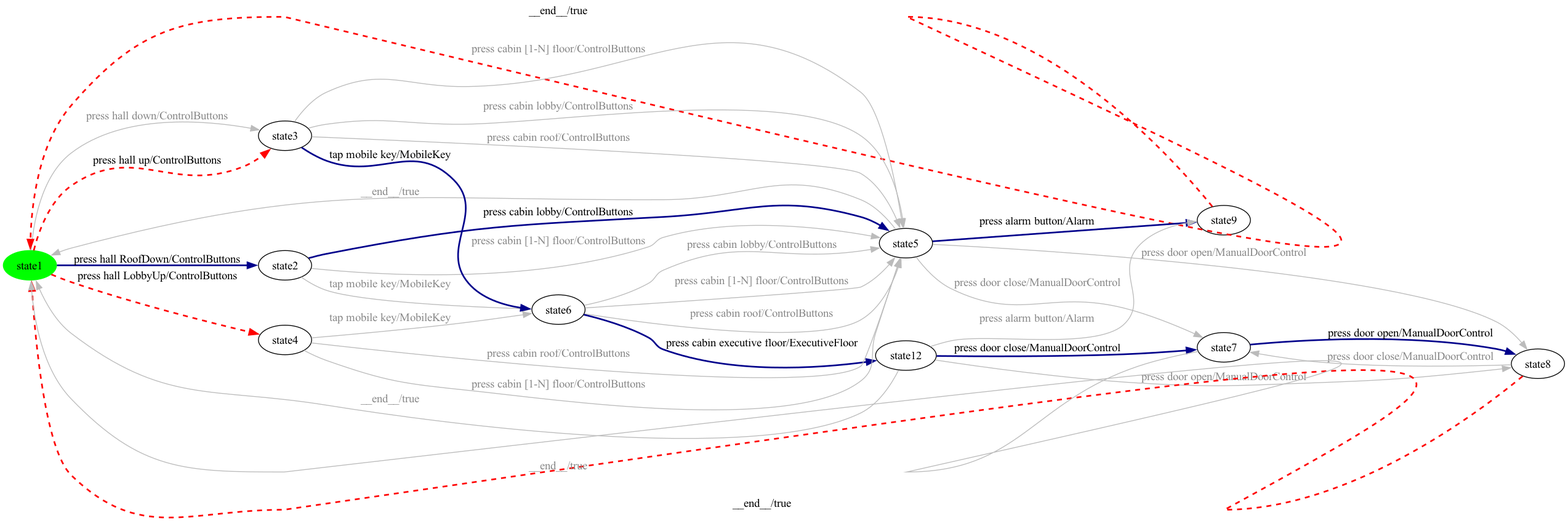
dilekozturk93/vibes keeps this Graphviz diagram as milestone-reports/per-product-all-states/Elevator/Elevator-product20-walk.png. Above is the earlier version. Its source is kept beside it as milestone-reports/per-product-all-states/Elevator/Elevator-product20-walk.dot.
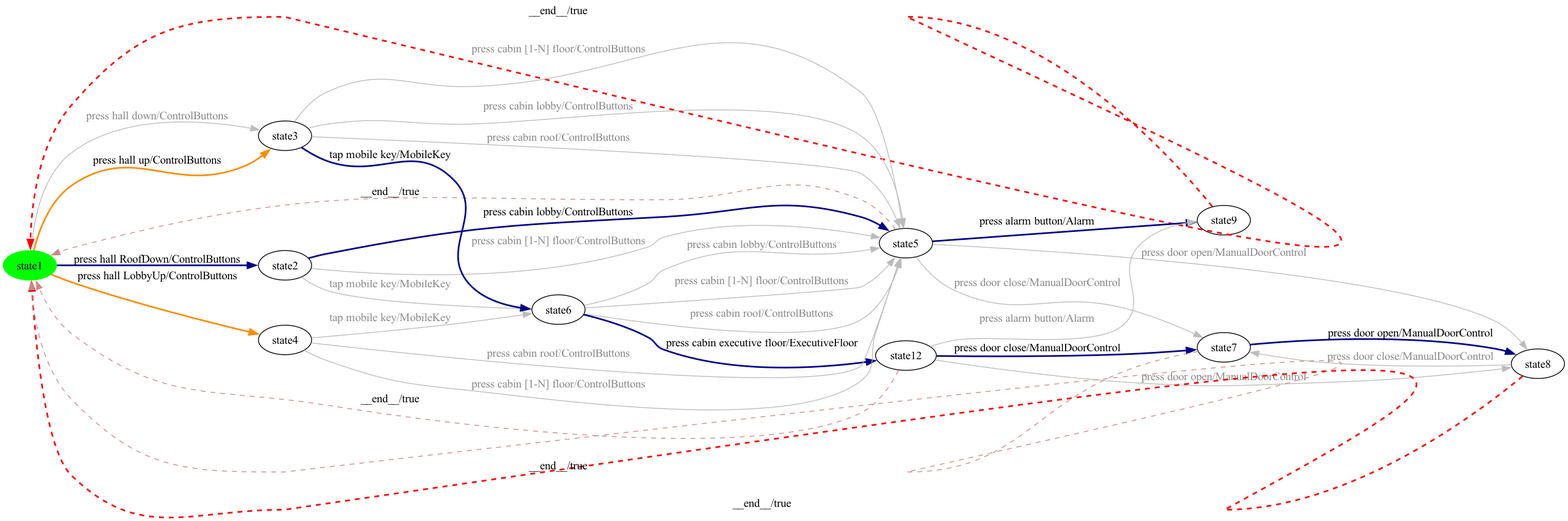
The same diagram one commit later.

Diff of the diagram source:
```diff
@@ -19,7 +19,7 @@
 state9 -> state2 [ label=" tap mobile key/MobileKey ", style=bold, color=darkblue, penwidth=2 ];
 state3 -> state5 [ label=" press door open/ManualDoorControl ", color="#bbbbbb", fontcolor="#888888" ];
 state3 -> state6 [ label=" press door close/ManualDoorControl ", color="#bbbbbb", fontcolor="#888888" ];
-state6 -> state0 [ label=" __end__/true ", color="#bbbbbb", fontcolor="#888888" ];
+state6 -> state0 [ label=" __end__/true ", style=dashed, color="#cc8888" ];
 state7 -> state3 [ label=" press cabin lobby/ControlButtons ", style=bold, color=darkblue, penwidth=2 ];
 state9 -> state3 [ label=" press cabin [1-N] floor/ControlButtons ", color="#bbbbbb", fontcolor="#888888" ];
 state4 -> state5 [ label=" press door open/ManualDoorControl ", color="#bbbbbb", fontcolor="#888888" ];
@@ -28,17 +28,17 @@
 state2 -> state4 [ label=" press cabin executive floor/ExecutiveFloor ", style=bold, color=darkblue, penwidth=2 ];
 state1 -> state0 [ label=" __end__/true ", style=dashed, color=red, penwidth=2 ];
 state7 -> state2 [ label=" tap mobile key/MobileKey ", color="#bbbbbb", fontcolor="#888888" ];
-state0 -> state9 [ label=" press hall up/ControlButtons ", style=dashed, color=red, penwidth=2 ];
+state0 -> state9 [ label=" press hall up/ControlButtons ", style=bold, color=darkorange, penwidth=2 ];
 state5 -> state6 [ label=" press door close/ManualDoorControl ", color="#bbbbbb", fontcolor="#888888" ];
 state7 -> state3 [ label=" press cabin [1-N] floor/ControlButtons ", color="#bbbbbb", fontcolor="#888888" ];
 state2 -> state3 [ label=" press cabin roof/ControlButtons ", color="#bbbbbb", fontcolor="#888888" ];
 state5 -> state0 [ label=" __end__/true ", style=dashed, color=red, penwidth=2 ];
 state9 -> state3 [ label=" press cabin lobby/ControlButtons ", color="#bbbbbb", fontcolor="#888888" ];
-state4 -> state0 [ label=" __end__/true ", color="#bbbbbb", fontcolor="#888888" ];
+state4 -> state0 [ label=" __end__/true ", style=dashed, color="#cc8888" ];
 state9 -> state3 [ label=" press cabin roof/ControlButtons ", color="#bbbbbb", fontcolor="#888888" ];
 state8 -> state2 [ label=" tap mobile key/MobileKey ", color="#bbbbbb", fontcolor="#888888" ];
 state6 -> state5 [ label=" press door open/ManualDoorControl ", style=bold, color=darkblue, penwidth=2 ];
 state0 -> state9 [ label=" press hall down/ControlButtons ", color="#bbbbbb", fontcolor="#888888" ];
-state0 -> state8 [ label=" press hall LobbyUp/ControlButtons ", style=dashed, color=red, penwidth=2 ];
-state3 -> state0 [ label=" __end__/true ", color="#bbbbbb", fontcolor="#888888" ];
+state0 -> state8 [ label=" press hall LobbyUp/ControlButtons ", style=bold, color=darkorange, penwidth=2 ];
+state3 -> state0 [ label=" __end__/true ", style=dashed, color="#cc8888" ];
 }
```
